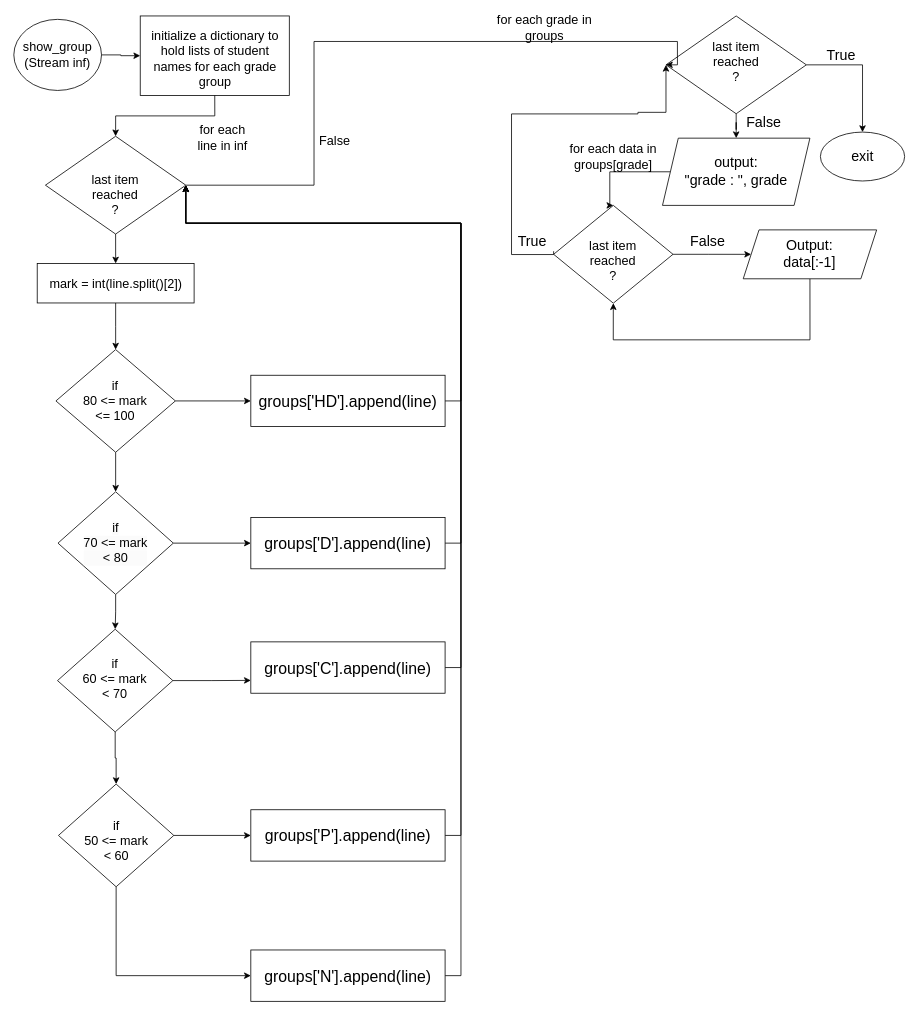
The draw.io diagram page "Page-6" (6 of 8) of Untitled Diagram.drawio in punyaprashun25/animated_login_form, before the edit. Source tidied: cells renumbered, new cells numbered last; positions are measured from the earlier drawing's top-left corner, leaving out a move shared by most shapes. Both pictures are drawn from the tidied source at 79%, with x=0, y=0 at pixel (13, 16).
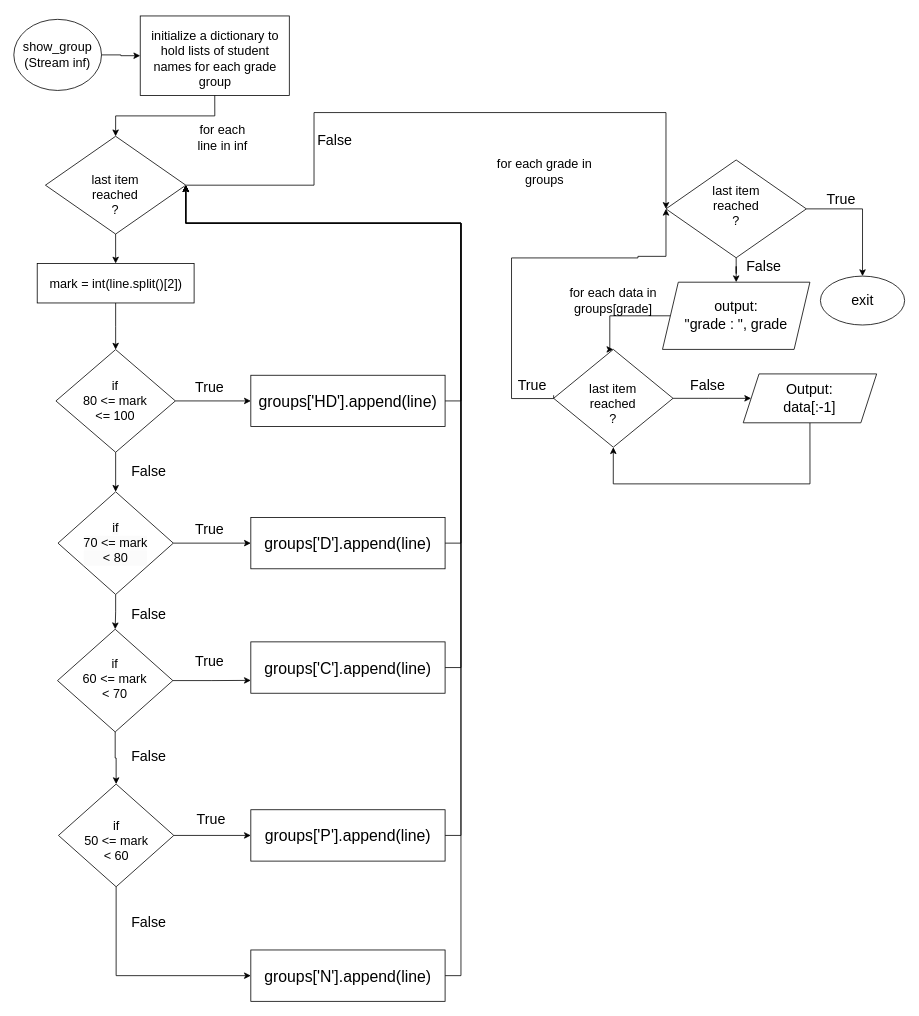
Above is the later version.

Unchanged cells that the change refers to:
```xml
<mxCell id="10" value="&lt;font style=&quot;font-size: 16px;&quot;&gt;if&lt;/font&gt;&lt;div&gt;&lt;font style=&quot;font-size: 16px;&quot;&gt;80 &amp;lt;= mark&lt;/font&gt;&lt;/div&gt;&lt;div&gt;&lt;font style=&quot;font-size: 16px;&quot;&gt;&amp;lt;= 100&lt;/font&gt;&lt;/div&gt;" style="rhombus;whiteSpace=wrap;html=1;" parent="1" vertex="1">
  <mxGeometry x="53.3" y="422" width="151.2" height="130" as="geometry" />
</mxCell>
<mxCell id="14" style="rhombus;whiteSpace=wrap;html=1;" parent="11" vertex="1">
  <mxGeometry x="195.5" width="177.7" height="123.8" as="geometry" />
</mxCell>
<mxCell id="32" style="rhombus;whiteSpace=wrap;html=1;" parent="31" vertex="1">
  <mxGeometry width="177.7" height="123.8" as="geometry" />
</mxCell>
<mxCell id="49" value="&lt;font style=&quot;font-size: 20px;&quot;&gt;groups['HD'].append(line)&lt;/font&gt;" style="rounded=0;whiteSpace=wrap;html=1;" parent="1" vertex="1">
  <mxGeometry x="300" y="454.5" width="245.9" height="65" as="geometry" />
</mxCell>
```

Diff of the diagram source:
```diff
@@
+    <mxCell id="9" style="edgeStyle=orthogonalEdgeStyle;rounded=0;jettySize=auto;html=1;exitX=1;exitY=0.5;exitDx=0;exitDy=0;entryX=0;entryY=0.5;entryDx=0;entryDy=0;" parent="1" edge="1" source="10" target="49">
+      <mxGeometry relative="1" as="geometry" />
+    </mxCell>
@@
-    <mxCell id="9" style="edgeStyle=orthogonalEdgeStyle;rounded=0;jettySize=auto;html=1;exitX=1;exitY=0.5;exitDx=0;exitDy=0;entryX=0;entryY=0.5;entryDx=0;entryDy=0;" parent="1" edge="1" source="10" target="49">
-      <mxGeometry relative="1" as="geometry" />
-    </mxCell>
@@
     <mxCell id="11" style="group;" parent="1" vertex="1">
-      <mxGeometry x="630" y="-0.3" width="497.7" height="410" as="geometry" />
+      <mxGeometry x="630" y="182" width="497.7" height="410" as="geometry" />
     </mxCell>
@@
     <mxCell id="34" style="edgeStyle=orthogonalEdgeStyle;rounded=0;jettySize=auto;html=1;exitX=1;exitY=0.5;exitDx=0;exitDy=0;entryX=0;entryY=0.5;entryDx=0;entryDy=0;" parent="1" edge="1" source="32" target="14">
       <mxGeometry relative="1" as="geometry">
         <Array as="points">
           <mxPoint x="380" y="214" />
-          <mxPoint x="380" y="32" />
-          <mxPoint x="840" y="32" />
-          <mxPoint x="840" y="62" />
+          <mxPoint x="380" y="122" />
+          <mxPoint x="826" y="122" />
         </Array>
       </mxGeometry>
     </mxCell>
-    <mxCell id="35" value="&lt;font style=&quot;font-size: 16px;&quot;&gt;False&lt;/font&gt;" style="text;html=1;align=center;verticalAlign=middle;whiteSpace=wrap;rounded=0;" parent="1" vertex="1">
+    <mxCell id="35" value="&lt;font style=&quot;font-size: 18px;&quot;&gt;False&lt;/font&gt;" style="text;html=1;align=center;verticalAlign=middle;whiteSpace=wrap;rounded=0;" parent="1" vertex="1">
       <mxGeometry x="380" y="146.7" width="53.3" height="23.2" as="geometry" />
     </mxCell>
@@
+    <mxCell id="58" value="&lt;font style=&quot;font-size: 18px;&quot;&gt;True&lt;/font&gt;" style="text;html=1;align=center;verticalAlign=middle;whiteSpace=wrap;rounded=0;" parent="1" vertex="1">
+      <mxGeometry x="217.8" y="454.5" width="60" height="30" as="geometry" />
+    </mxCell>
+    <mxCell id="59" value="&lt;font style=&quot;font-size: 18px;&quot;&gt;True&lt;/font&gt;" style="text;html=1;align=center;verticalAlign=middle;whiteSpace=wrap;rounded=0;" parent="1" vertex="1">
+      <mxGeometry x="217.8" y="634.5" width="60" height="30" as="geometry" />
+    </mxCell>
+    <mxCell id="60" value="&lt;font style=&quot;font-size: 18px;&quot;&gt;True&lt;/font&gt;" style="text;html=1;align=center;verticalAlign=middle;whiteSpace=wrap;rounded=0;" parent="1" vertex="1">
+      <mxGeometry x="217.8" y="802" width="60" height="30" as="geometry" />
+    </mxCell>
+    <mxCell id="61" value="&lt;font style=&quot;font-size: 18px;&quot;&gt;True&lt;/font&gt;" style="text;html=1;align=center;verticalAlign=middle;whiteSpace=wrap;rounded=0;" parent="1" vertex="1">
+      <mxGeometry x="220" y="1002" width="60" height="30" as="geometry" />
+    </mxCell>
+    <mxCell id="62" value="&lt;font style=&quot;font-size: 18px;&quot;&gt;False&lt;/font&gt;" style="text;html=1;align=center;verticalAlign=middle;whiteSpace=wrap;rounded=0;" parent="1" vertex="1">
+      <mxGeometry x="141.3" y="562" width="60" height="30" as="geometry" />
+    </mxCell>
+    <mxCell id="63" value="&lt;font style=&quot;font-size: 18px;&quot;&gt;False&lt;/font&gt;" style="text;html=1;align=center;verticalAlign=middle;whiteSpace=wrap;rounded=0;" parent="1" vertex="1">
+      <mxGeometry x="141.3" y="742" width="60" height="30" as="geometry" />
+    </mxCell>
+    <mxCell id="64" value="&lt;font style=&quot;font-size: 18px;&quot;&gt;False&lt;/font&gt;" style="text;html=1;align=center;verticalAlign=middle;whiteSpace=wrap;rounded=0;" parent="1" vertex="1">
+      <mxGeometry x="141.3" y="922" width="60" height="30" as="geometry" />
+    </mxCell>
+    <mxCell id="65" value="&lt;font style=&quot;font-size: 18px;&quot;&gt;False&lt;/font&gt;" style="text;html=1;align=center;verticalAlign=middle;whiteSpace=wrap;rounded=0;" parent="1" vertex="1">
+      <mxGeometry x="141.3" y="1132" width="60" height="30" as="geometry" />
+    </mxCell>
```
